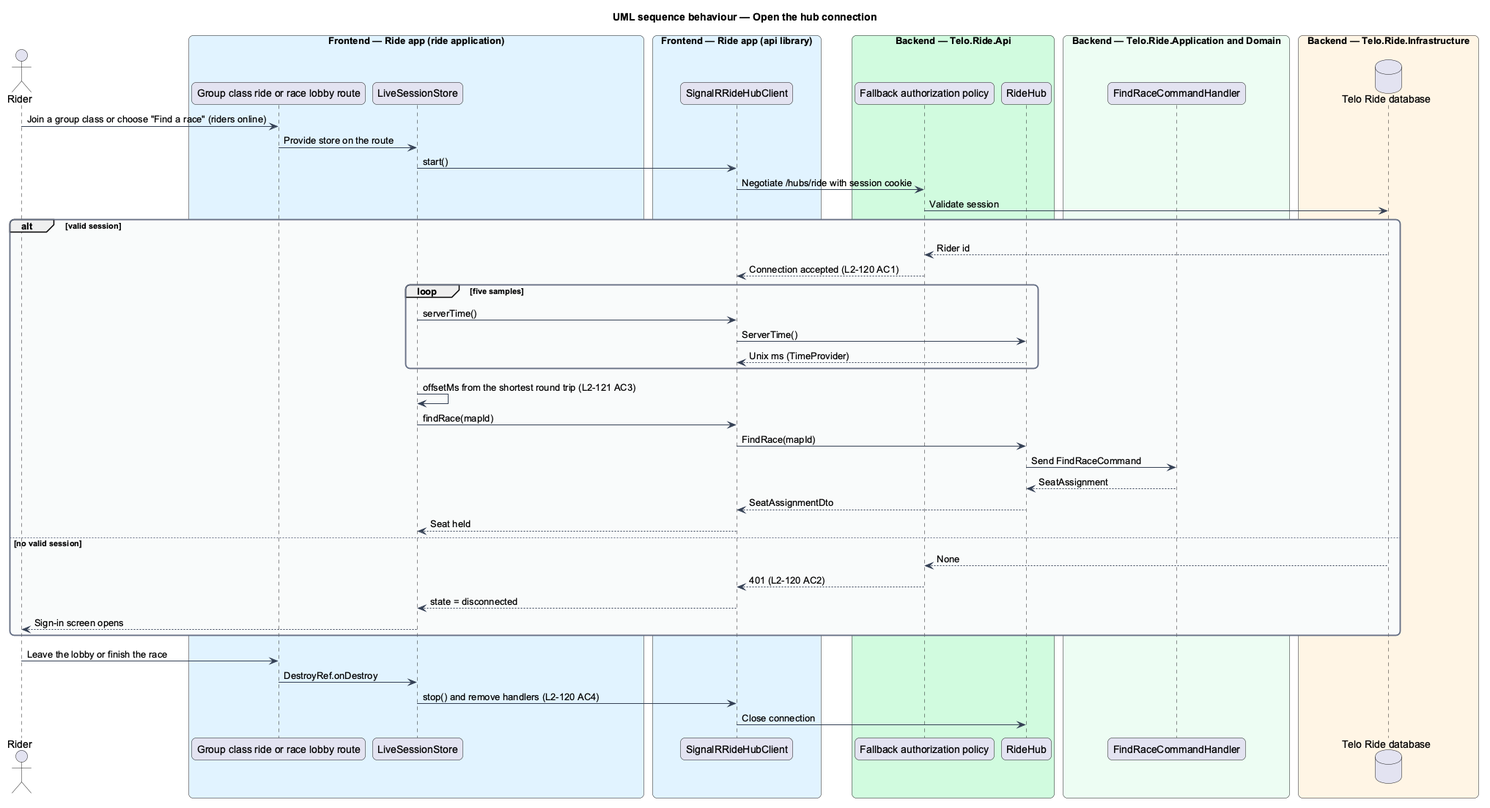
Above: docs/detailed-designs/multiplayer/connect-to-the-ride-hub/diagrams/sequence-open-the-connection.png in QuinntyneBrown/ride-one (PlantUML), before the change.
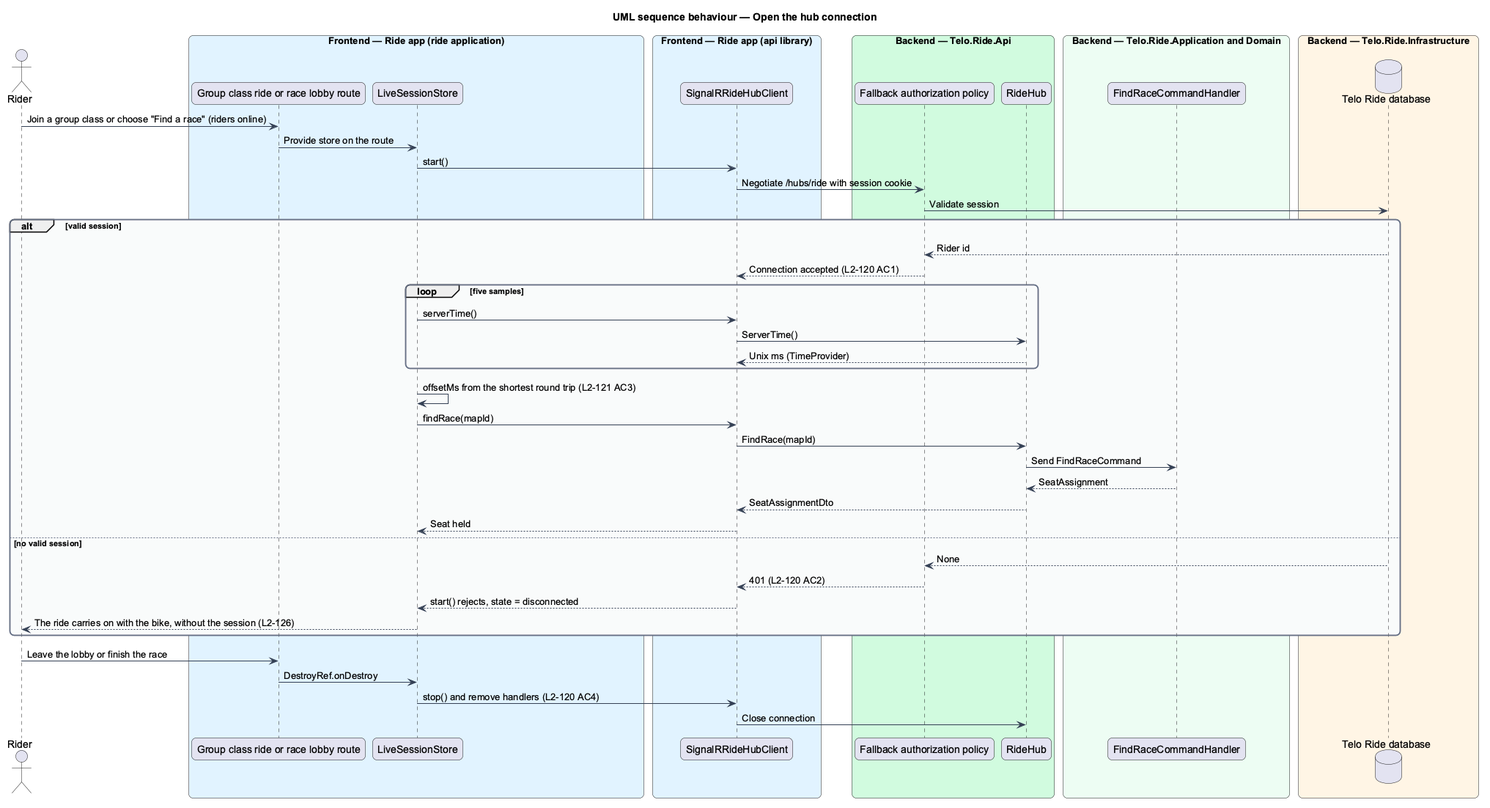
Later version of the same file.

Commit message:
Show a refused hub connection leaving the ride to the bike (slice 14.1)

Change to the diagram source:
```diff
@@ -55,8 +55,8 @@
 else no valid session
   db --> auth : None
   auth --> client : 401 (L2-120 AC2)
-  client --> store : state = disconnected
-  store --> actor : Sign-in screen opens
+  client --> store : start() rejects, state = disconnected
+  store --> actor : The ride carries on with the bike, without the session (L2-126)
 end
 actor -> route : Leave the lobby or finish the race
 route -> store : DestroyRef.onDestroy
```
